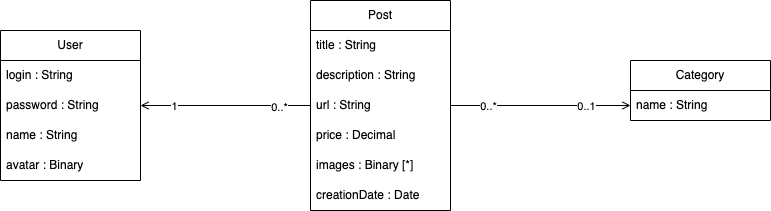
Before: doc/img/poster-uml.png, a diagram exported from draw.io (alejandrobujan/poster). Source tidied: cells renumbered, new cells last; positions are measured from the earlier drawing's top-left corner, leaving out a move shared by most shapes.
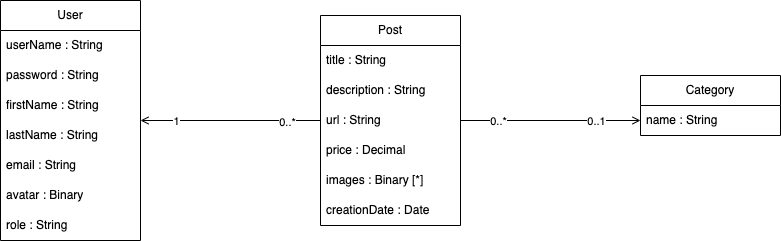
Above is the later version.

Commit message:
Updated backend documentation according to DB

The edit, as a diff of the source:
```diff
@@ -24,27 +24,36 @@
       <mxGeometry y="180" width="140" height="30" as="geometry" />
     </mxCell>
     <mxCell id="9" value="User" style="swimlane;fontStyle=0;horizontal=1;startSize=30;whiteSpace=wrap;html=1;" parent="1" vertex="1">
-      <mxGeometry y="30" width="140" height="150" as="geometry" />
+      <mxGeometry x="-10" y="-15" width="140" height="240" as="geometry" />
     </mxCell>
-    <mxCell id="10" value="login : String" style="text;strokeColor=none;fillColor=none;align=left;verticalAlign=middle;spacingLeft=4;spacingRight=4;overflow=hidden;whiteSpace=wrap;html=1;" parent="9" vertex="1">
+    <mxCell id="10" value="userName : String" style="text;strokeColor=none;fillColor=none;align=left;verticalAlign=middle;spacingLeft=4;spacingRight=4;overflow=hidden;whiteSpace=wrap;html=1;" parent="9" vertex="1">
       <mxGeometry y="30" width="140" height="30" as="geometry" />
     </mxCell>
     <mxCell id="11" value="password : String" style="text;strokeColor=none;fillColor=none;align=left;verticalAlign=middle;spacingLeft=4;spacingRight=4;overflow=hidden;points=[[0,0.5],[1,0.5]];portConstraint=eastwest;whiteSpace=wrap;html=1;" parent="9" vertex="1">
       <mxGeometry y="60" width="140" height="30" as="geometry" />
     </mxCell>
-    <mxCell id="12" value="name : String" style="text;strokeColor=none;fillColor=none;align=left;verticalAlign=middle;spacingLeft=4;spacingRight=4;overflow=hidden;whiteSpace=wrap;html=1;" parent="9" vertex="1">
+    <mxCell id="12" value="firstName : String" style="text;strokeColor=none;fillColor=none;align=left;verticalAlign=middle;spacingLeft=4;spacingRight=4;overflow=hidden;whiteSpace=wrap;html=1;" parent="9" vertex="1">
       <mxGeometry y="90" width="140" height="30" as="geometry" />
     </mxCell>
+    <mxCell id="22" value="lastName : String" style="text;strokeColor=none;fillColor=none;align=left;verticalAlign=middle;spacingLeft=4;spacingRight=4;overflow=hidden;whiteSpace=wrap;html=1;" parent="9" vertex="1">
+      <mxGeometry y="120" width="140" height="30" as="geometry" />
+    </mxCell>
+    <mxCell id="23" value="email : String" style="text;strokeColor=none;fillColor=none;align=left;verticalAlign=middle;spacingLeft=4;spacingRight=4;overflow=hidden;whiteSpace=wrap;html=1;" parent="9" vertex="1">
+      <mxGeometry y="150" width="140" height="30" as="geometry" />
+    </mxCell>
     <mxCell id="13" value="avatar : Binary" style="text;strokeColor=none;fillColor=none;align=left;verticalAlign=middle;spacingLeft=4;spacingRight=4;overflow=hidden;whiteSpace=wrap;html=1;" parent="9" vertex="1">
-      <mxGeometry y="120" width="140" height="30" as="geometry" />
+      <mxGeometry y="180" width="140" height="30" as="geometry" />
     </mxCell>
+    <mxCell id="24" value="role : String" style="text;strokeColor=none;fillColor=none;align=left;verticalAlign=middle;spacingLeft=4;spacingRight=4;overflow=hidden;whiteSpace=wrap;html=1;" parent="9" vertex="1">
+      <mxGeometry y="210" width="140" height="30" as="geometry" />
+    </mxCell>
     <mxCell id="14" value="Category" style="swimlane;fontStyle=0;horizontal=1;startSize=30;whiteSpace=wrap;html=1;" parent="1" vertex="1">
       <mxGeometry x="630" y="60" width="140" height="60" as="geometry" />
     </mxCell>
     <mxCell id="15" value="name : String" style="text;strokeColor=none;fillColor=none;align=left;verticalAlign=middle;spacingLeft=4;spacingRight=4;overflow=hidden;points=[[0,0.5],[1,0.5]];portConstraint=eastwest;whiteSpace=wrap;html=1;" parent="14" vertex="1">
       <mxGeometry y="30" width="140" height="30" as="geometry" />
     </mxCell>
-    <mxCell id="16" style="edgeStyle=orthogonalEdgeStyle;rounded=0;jettySize=auto;html=1;exitX=1;exitY=0.5;exitDx=0;exitDy=0;endArrow=none;endFill=0;startArrow=open;startFill=0;" parent="1" edge="1" source="11" target="2">
+    <mxCell id="16" style="edgeStyle=orthogonalEdgeStyle;rounded=0;jettySize=auto;html=1;endArrow=none;endFill=0;startArrow=open;startFill=0;" parent="1" edge="1" source="9" target="2">
       <mxGeometry relative="1" as="geometry" />
     </mxCell>
     <mxCell id="17" value="1" style="edgeLabel;html=1;align=center;verticalAlign=middle;" parent="16" vertex="1">
```
